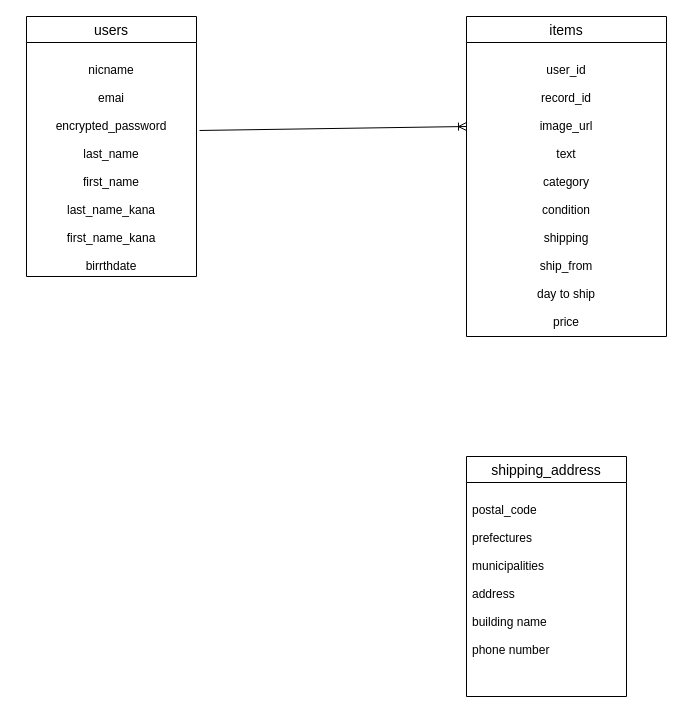
The draw.io diagram app/controllers/ER.dio in kawashimakouhei/furima-29120, before the edit. Source tidied: cells renumbered, new cells numbered last; positions are measured from the earlier drawing's top-left corner, leaving out a move shared by most shapes. Both pictures are drawn from the tidied source at 100%, with x=0, y=0 at pixel (26, 16).
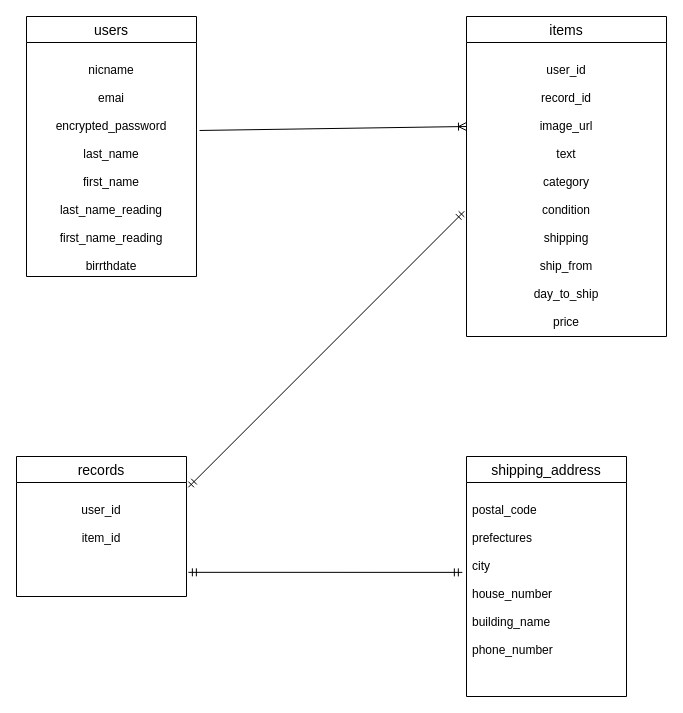
The same page after the edit.

Commit message (it also covers changes not shown here):
データベース設計の修正

The edit, as a diff of the source:
```diff
@@
 <mxGraphModel>
   <root>
     <mxCell id="0" />
     <mxCell id="1" parent="0" />
     <mxCell id="2" value="users" style="swimlane;fontStyle=0;horizontal=1;startSize=26;align=center;fontSize=14;" parent="1" vertex="1">
       <mxGeometry width="170" height="260" as="geometry" />
     </mxCell>
-    <mxCell id="3" value="&#10;nicname&#10;&#10;emai&#10;&#10;encrypted_password&#10;&#10;last_name&#10;&#10;first_name&#10;&#10;last_name_kana&#10;&#10;first_name_kana&#10;&#10;birrthdate" style="text;strokeColor=none;fillColor=none;spacingLeft=4;spacingRight=4;overflow=hidden;points=[[0,0.5],[1,0.5]];portConstraint=eastwest;fontSize=12;align=center;" parent="2" vertex="1">
+    <mxCell id="3" value="&#10;nicname&#10;&#10;emai&#10;&#10;encrypted_password&#10;&#10;last_name&#10;&#10;first_name&#10;&#10;last_name_reading&#10;&#10;first_name_reading&#10;&#10;birrthdate" style="text;strokeColor=none;fillColor=none;spacingLeft=4;spacingRight=4;overflow=hidden;points=[[0,0.5],[1,0.5]];portConstraint=eastwest;fontSize=12;align=center;" parent="2" vertex="1">
       <mxGeometry y="26" width="170" height="234" as="geometry" />
     </mxCell>
     <mxCell id="4" value="items" style="swimlane;fontStyle=0;horizontal=1;startSize=26;align=center;fontSize=14;" parent="1" vertex="1">
       <mxGeometry x="440" width="200" height="320" as="geometry" />
     </mxCell>
-    <mxCell id="5" value="&#10;user_id&#10;&#10;record_id&#10;&#10;image_url&#10;&#10;text&#10;&#10;category&#10;&#10;condition&#10;&#10;shipping&#10;&#10;ship_from&#10;&#10;day to ship&#10;&#10;price" style="text;strokeColor=none;fillColor=none;spacingLeft=4;spacingRight=4;overflow=hidden;points=[[0,0.5],[1,0.5]];portConstraint=eastwest;fontSize=12;align=center;" parent="4" vertex="1">
+    <mxCell id="5" value="&#10;user_id&#10;&#10;record_id&#10;&#10;image_url&#10;&#10;text&#10;&#10;category&#10;&#10;condition&#10;&#10;shipping&#10;&#10;ship_from&#10;&#10;day_to_ship&#10;&#10;price" style="text;strokeColor=none;fillColor=none;spacingLeft=4;spacingRight=4;overflow=hidden;points=[[0,0.5],[1,0.5]];portConstraint=eastwest;fontSize=12;align=center;" parent="4" vertex="1">
       <mxGeometry y="26" width="200" height="294" as="geometry" />
     </mxCell>
     <mxCell id="6" value="shipping_address" style="swimlane;fontStyle=0;horizontal=1;startSize=26;align=center;fontSize=14;" parent="1" vertex="1">
       <mxGeometry x="440" y="440" width="160" height="240" as="geometry" />
     </mxCell>
-    <mxCell id="7" value="&#10;postal_code&#10;&#10;prefectures&#10;&#10;municipalities&#10;&#10;address&#10;&#10;building name&#10;&#10;phone number" style="text;strokeColor=none;fillColor=none;spacingLeft=4;spacingRight=4;overflow=hidden;points=[[0,0.5],[1,0.5]];portConstraint=eastwest;fontSize=12;" parent="6" vertex="1">
+    <mxCell id="7" value="&#10;postal_code&#10;&#10;prefectures&#10;&#10;city&#10;&#10;house_number&#10;&#10;building_name&#10;&#10;phone_number" style="text;strokeColor=none;fillColor=none;spacingLeft=4;spacingRight=4;overflow=hidden;points=[[0,0.5],[1,0.5]];portConstraint=eastwest;fontSize=12;" parent="6" vertex="1">
       <mxGeometry y="26" width="160" height="214" as="geometry" />
     </mxCell>
     <mxCell id="8" style="fontSize=12;html=1;endArrow=ERoneToMany;exitX=1.018;exitY=0.376;exitDx=0;exitDy=0;exitPerimeter=0;" parent="1" edge="1" source="3">
       <mxGeometry relative="1" as="geometry">
         <mxPoint x="440" y="110" as="targetPoint" />
       </mxGeometry>
     </mxCell>
+    <mxCell id="9" value="records" style="swimlane;fontStyle=0;horizontal=1;startSize=26;align=center;fontSize=14;" parent="1" vertex="1">
+      <mxGeometry x="-10" y="440" width="170" height="140" as="geometry" />
+    </mxCell>
+    <mxCell id="10" value="&#10;user_id&#10;&#10;item_id&#10;&#10;" style="text;strokeColor=none;fillColor=none;spacingLeft=4;spacingRight=4;overflow=hidden;points=[[0,0.5],[1,0.5]];portConstraint=eastwest;fontSize=12;align=center;" parent="9" vertex="1">
+      <mxGeometry y="26" width="170" height="114" as="geometry" />
+    </mxCell>
+    <mxCell id="11" style="fontSize=12;html=1;endArrow=ERmandOne;startArrow=ERmandOne;entryX=-0.011;entryY=0.574;entryDx=0;entryDy=0;entryPerimeter=0;exitX=1.011;exitY=0.042;exitDx=0;exitDy=0;exitPerimeter=0;" parent="1" edge="1" source="10" target="5">
+      <mxGeometry relative="1" as="geometry" />
+    </mxCell>
+    <mxCell id="12" style="fontSize=12;html=1;endArrow=ERmandOne;startArrow=ERmandOne;entryX=-0.026;entryY=0.42;entryDx=0;entryDy=0;entryPerimeter=0;exitX=1.011;exitY=0.788;exitDx=0;exitDy=0;exitPerimeter=0;" parent="1" edge="1" source="10" target="7">
+      <mxGeometry relative="1" as="geometry" />
+    </mxCell>
   </root>
 </mxGraphModel>
```
